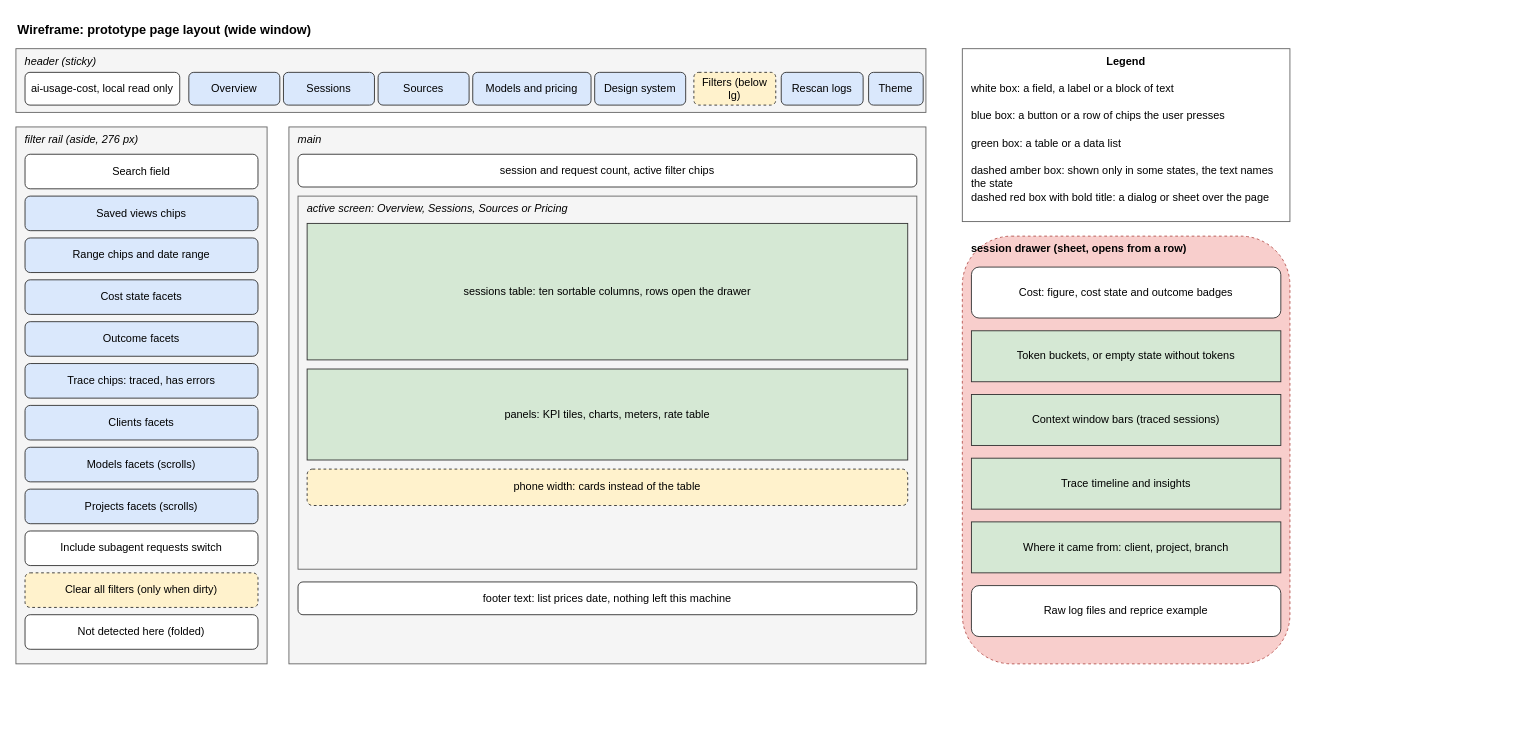
This is docs/brain/architecture/drawio/drawio-prototype-page-layout.drawio from GeorgiNaydenov/LocalTokenomics, a draw.io file, before an edit. Source tidied: cells renumbered, new cells numbered last; positions are measured from the earlier drawing's top-left corner, leaving out a move shared by most shapes. Both pictures are drawn from the tidied source at 91%, with x=0, y=0 at pixel (15, 15).
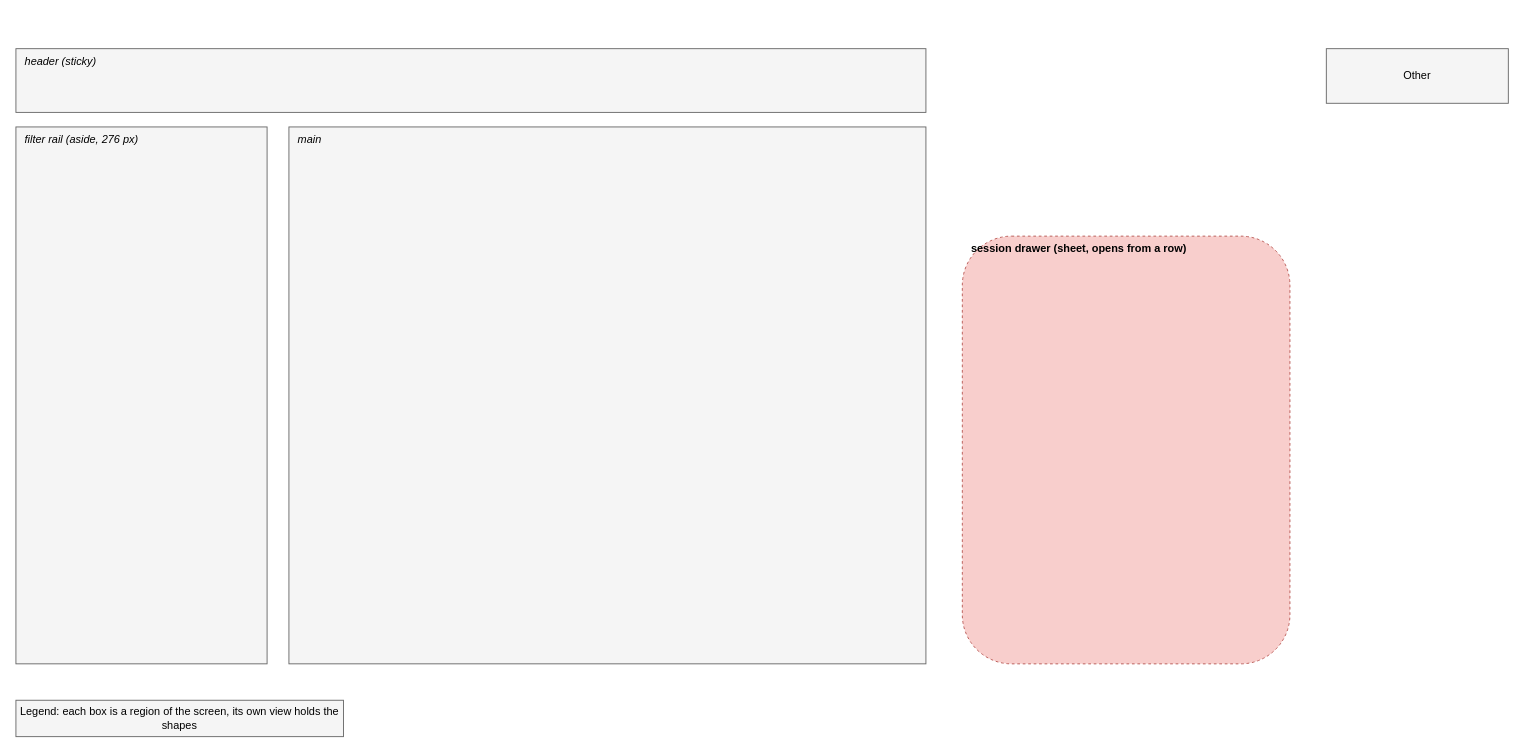
After the change.

The change refers to these unchanged cells:
```xml
<mxCell id="3" value="header (sticky)" style="rounded=0;whiteSpace=wrap;html=0;fillColor=#f5f5f5;strokeColor=#666666;verticalAlign=top;align=left;spacingLeft=8;fontStyle=2;" parent="1" vertex="1">
  <mxGeometry y="36" width="1000" height="70" as="geometry" />
</mxCell>
<mxCell id="13" value="filter rail (aside, 276 px)" style="rounded=0;whiteSpace=wrap;html=0;fillColor=#f5f5f5;strokeColor=#666666;verticalAlign=top;align=left;spacingLeft=8;fontStyle=2;" parent="1" vertex="1">
  <mxGeometry y="122" width="276" height="590" as="geometry" />
</mxCell>
<mxCell id="26" value="main" style="rounded=0;whiteSpace=wrap;html=0;fillColor=#f5f5f5;strokeColor=#666666;verticalAlign=top;align=left;spacingLeft=8;fontStyle=2;" parent="1" vertex="1">
  <mxGeometry x="300" y="122" width="700" height="590" as="geometry" />
</mxCell>
<mxCell id="33" value="session drawer (sheet, opens from a row)" style="rounded=1;whiteSpace=wrap;html=0;fillColor=#f8cecc;strokeColor=#b85450;dashed=1;verticalAlign=top;align=left;spacingLeft=8;fontStyle=1;" parent="1" vertex="1">
  <mxGeometry x="1040" y="242" width="360" height="470" as="geometry" />
</mxCell>
```

The edit, as a diff of the source:
```diff
@@
-    <mxCell id="2" value="Wireframe: prototype page layout (wide window)" style="text;html=0;fontStyle=1;fontSize=14;align=left;" parent="1" vertex="1">
-      <mxGeometry width="600" height="24" as="geometry" />
-    </mxCell>
@@
-    <mxCell id="4" value="ai-usage-cost, local read only" style="rounded=1;whiteSpace=wrap;html=0;fillColor=#ffffff;strokeColor=#333333;" parent="3" vertex="1">
-      <mxGeometry x="10" y="26" width="170" height="36" as="geometry" />
-    </mxCell>
-    <mxCell id="5" value="Overview" style="rounded=1;whiteSpace=wrap;html=0;fillColor=#dae8fc;strokeColor=#333333;" parent="3" vertex="1">
-      <mxGeometry x="190" y="26" width="100" height="36" as="geometry" />
-    </mxCell>
-    <mxCell id="6" value="Sessions" style="rounded=1;whiteSpace=wrap;html=0;fillColor=#dae8fc;strokeColor=#333333;" parent="3" vertex="1">
-      <mxGeometry x="294" y="26" width="100" height="36" as="geometry" />
-    </mxCell>
-    <mxCell id="7" value="Sources" style="rounded=1;whiteSpace=wrap;html=0;fillColor=#dae8fc;strokeColor=#333333;" parent="3" vertex="1">
-      <mxGeometry x="398" y="26" width="100" height="36" as="geometry" />
-    </mxCell>
-    <mxCell id="8" value="Models and pricing" style="rounded=1;whiteSpace=wrap;html=0;fillColor=#dae8fc;strokeColor=#333333;" parent="3" vertex="1">
-      <mxGeometry x="502" y="26" width="130" height="36" as="geometry" />
-    </mxCell>
-    <mxCell id="9" value="Design system" style="rounded=1;whiteSpace=wrap;html=0;fillColor=#dae8fc;strokeColor=#333333;" parent="3" vertex="1">
-      <mxGeometry x="636" y="26" width="100" height="36" as="geometry" />
-    </mxCell>
-    <mxCell id="10" value="Filters (below lg)" style="rounded=1;whiteSpace=wrap;html=0;fillColor=#fff2cc;strokeColor=#333333;dashed=1;" parent="3" vertex="1">
-      <mxGeometry x="745" y="26" width="90" height="36" as="geometry" />
-    </mxCell>
-    <mxCell id="11" value="Rescan logs" style="rounded=1;whiteSpace=wrap;html=0;fillColor=#dae8fc;strokeColor=#333333;" parent="3" vertex="1">
-      <mxGeometry x="841" y="26" width="90" height="36" as="geometry" />
-    </mxCell>
-    <mxCell id="12" value="Theme" style="rounded=1;whiteSpace=wrap;html=0;fillColor=#dae8fc;strokeColor=#333333;" parent="3" vertex="1">
-      <mxGeometry x="937" y="26" width="60" height="36" as="geometry" />
-    </mxCell>
@@
-    <mxCell id="14" value="Search field" style="rounded=1;whiteSpace=wrap;html=0;fillColor=#ffffff;strokeColor=#333333;" parent="13" vertex="1">
-      <mxGeometry x="10" y="30" width="256" height="38" as="geometry" />
-    </mxCell>
-    <mxCell id="15" value="Saved views chips" style="rounded=1;whiteSpace=wrap;html=0;fillColor=#dae8fc;strokeColor=#333333;" parent="13" vertex="1">
-      <mxGeometry x="10" y="76" width="256" height="38" as="geometry" />
-    </mxCell>
-    <mxCell id="16" value="Range chips and date range" style="rounded=1;whiteSpace=wrap;html=0;fillColor=#dae8fc;strokeColor=#333333;" parent="13" vertex="1">
-      <mxGeometry x="10" y="122" width="256" height="38" as="geometry" />
-    </mxCell>
-    <mxCell id="17" value="Cost state facets" style="rounded=1;whiteSpace=wrap;html=0;fillColor=#dae8fc;strokeColor=#333333;" parent="13" vertex="1">
-      <mxGeometry x="10" y="168" width="256" height="38" as="geometry" />
-    </mxCell>
-    <mxCell id="18" value="Outcome facets" style="rounded=1;whiteSpace=wrap;html=0;fillColor=#dae8fc;strokeColor=#333333;" parent="13" vertex="1">
-      <mxGeometry x="10" y="214" width="256" height="38" as="geometry" />
-    </mxCell>
-    <mxCell id="19" value="Trace chips: traced, has errors" style="rounded=1;whiteSpace=wrap;html=0;fillColor=#dae8fc;strokeColor=#333333;" parent="13" vertex="1">
-      <mxGeometry x="10" y="260" width="256" height="38" as="geometry" />
-    </mxCell>
-    <mxCell id="20" value="Clients facets" style="rounded=1;whiteSpace=wrap;html=0;fillColor=#dae8fc;strokeColor=#333333;" parent="13" vertex="1">
-      <mxGeometry x="10" y="306" width="256" height="38" as="geometry" />
-    </mxCell>
-    <mxCell id="21" value="Models facets (scrolls)" style="rounded=1;whiteSpace=wrap;html=0;fillColor=#dae8fc;strokeColor=#333333;" parent="13" vertex="1">
-      <mxGeometry x="10" y="352" width="256" height="38" as="geometry" />
-    </mxCell>
-    <mxCell id="22" value="Projects facets (scrolls)" style="rounded=1;whiteSpace=wrap;html=0;fillColor=#dae8fc;strokeColor=#333333;" parent="13" vertex="1">
-      <mxGeometry x="10" y="398" width="256" height="38" as="geometry" />
-    </mxCell>
-    <mxCell id="23" value="Include subagent requests switch" style="rounded=1;whiteSpace=wrap;html=0;fillColor=#ffffff;strokeColor=#333333;" parent="13" vertex="1">
-      <mxGeometry x="10" y="444" width="256" height="38" as="geometry" />
-    </mxCell>
-    <mxCell id="24" value="Clear all filters (only when dirty)" style="rounded=1;whiteSpace=wrap;html=0;fillColor=#fff2cc;strokeColor=#333333;dashed=1;" parent="13" vertex="1">
-      <mxGeometry x="10" y="490" width="256" height="38" as="geometry" />
-    </mxCell>
-    <mxCell id="25" value="Not detected here (folded)" style="rounded=1;whiteSpace=wrap;html=0;fillColor=#ffffff;strokeColor=#333333;" parent="13" vertex="1">
-      <mxGeometry x="10" y="536" width="256" height="38" as="geometry" />
-    </mxCell>
@@
-    <mxCell id="27" value="session and request count, active filter chips" style="rounded=1;whiteSpace=wrap;html=0;fillColor=#ffffff;strokeColor=#333333;" parent="26" vertex="1">
-      <mxGeometry x="10" y="30" width="680" height="36" as="geometry" />
-    </mxCell>
-    <mxCell id="28" value="active screen: Overview, Sessions, Sources or Pricing" style="rounded=0;whiteSpace=wrap;html=0;fillColor=#f5f5f5;strokeColor=#666666;verticalAlign=top;align=left;spacingLeft=8;fontStyle=2;" parent="26" vertex="1">
-      <mxGeometry x="10" y="76" width="680" height="410" as="geometry" />
-    </mxCell>
-    <mxCell id="29" value="sessions table: ten sortable columns, rows open the drawer" style="rounded=0;whiteSpace=wrap;html=0;fillColor=#d5e8d4;strokeColor=#333333;" parent="28" vertex="1">
-      <mxGeometry x="10" y="30" width="660" height="150" as="geometry" />
-    </mxCell>
-    <mxCell id="30" value="panels: KPI tiles, charts, meters, rate table" style="rounded=0;whiteSpace=wrap;html=0;fillColor=#d5e8d4;strokeColor=#333333;" parent="28" vertex="1">
-      <mxGeometry x="10" y="190" width="660" height="100" as="geometry" />
-    </mxCell>
-    <mxCell id="31" value="phone width: cards instead of the table" style="rounded=1;whiteSpace=wrap;html=0;fillColor=#fff2cc;strokeColor=#333333;dashed=1;" parent="28" vertex="1">
-      <mxGeometry x="10" y="300" width="660" height="40" as="geometry" />
-    </mxCell>
-    <mxCell id="32" value="footer text: list prices date, nothing left this machine" style="rounded=1;whiteSpace=wrap;html=0;fillColor=#ffffff;strokeColor=#333333;" parent="26" vertex="1">
-      <mxGeometry x="10" y="500" width="680" height="36" as="geometry" />
-    </mxCell>
@@
-    <mxCell id="34" value="Cost: figure, cost state and outcome badges" style="rounded=1;whiteSpace=wrap;html=0;fillColor=#ffffff;strokeColor=#333333;" parent="33" vertex="1">
-      <mxGeometry x="10" y="34" width="340" height="56" as="geometry" />
-    </mxCell>
-    <mxCell id="35" value="Token buckets, or empty state without tokens" style="rounded=0;whiteSpace=wrap;html=0;fillColor=#d5e8d4;strokeColor=#333333;" parent="33" vertex="1">
-      <mxGeometry x="10" y="104" width="340" height="56" as="geometry" />
-    </mxCell>
-    <mxCell id="36" value="Context window bars (traced sessions)" style="rounded=0;whiteSpace=wrap;html=0;fillColor=#d5e8d4;strokeColor=#333333;" parent="33" vertex="1">
-      <mxGeometry x="10" y="174" width="340" height="56" as="geometry" />
-    </mxCell>
-    <mxCell id="37" value="Trace timeline and insights" style="rounded=0;whiteSpace=wrap;html=0;fillColor=#d5e8d4;strokeColor=#333333;" parent="33" vertex="1">
-      <mxGeometry x="10" y="244" width="340" height="56" as="geometry" />
-    </mxCell>
-    <mxCell id="38" value="Where it came from: client, project, branch" style="rounded=0;whiteSpace=wrap;html=0;fillColor=#d5e8d4;strokeColor=#333333;" parent="33" vertex="1">
-      <mxGeometry x="10" y="314" width="340" height="56" as="geometry" />
-    </mxCell>
-    <mxCell id="39" value="Raw log files and reprice example" style="rounded=1;whiteSpace=wrap;html=0;fillColor=#ffffff;strokeColor=#333333;" parent="33" vertex="1">
-      <mxGeometry x="10" y="384" width="340" height="56" as="geometry" />
-    </mxCell>
-    <mxCell id="40" value="Legend" style="rounded=0;whiteSpace=wrap;html=0;fillColor=#ffffff;strokeColor=#666666;verticalAlign=top;fontStyle=1;" parent="1" vertex="1">
-      <mxGeometry x="1040" y="36" width="360" height="190" as="geometry" />
-    </mxCell>
-    <mxCell id="41" value="white box: a field, a label or a block of text" style="text;html=0;align=left;whiteSpace=wrap;" parent="40" vertex="1">
-      <mxGeometry x="8" y="30" width="340" height="26" as="geometry" />
-    </mxCell>
-    <mxCell id="42" value="blue box: a button or a row of chips the user presses" style="text;html=0;align=left;whiteSpace=wrap;" parent="40" vertex="1">
-      <mxGeometry x="8" y="60" width="340" height="26" as="geometry" />
-    </mxCell>
-    <mxCell id="43" value="green box: a table or a data list" style="text;html=0;align=left;whiteSpace=wrap;" parent="40" vertex="1">
-      <mxGeometry x="8" y="90" width="340" height="26" as="geometry" />
-    </mxCell>
-    <mxCell id="44" value="dashed amber box: shown only in some states, the text names the state" style="text;html=0;align=left;whiteSpace=wrap;" parent="40" vertex="1">
-      <mxGeometry x="8" y="120" width="340" height="26" as="geometry" />
-    </mxCell>
-    <mxCell id="45" value="dashed red box with bold title: a dialog or sheet over the page" style="text;html=0;align=left;whiteSpace=wrap;" parent="40" vertex="1">
-      <mxGeometry x="8" y="150" width="340" height="26" as="geometry" />
-    </mxCell>
+    <mxCell id="46" value="Other" style="rounded=0;whiteSpace=wrap;html=1;fillColor=#F5F5F5;strokeColor=#666666;fontColor=#000000;" parent="1" vertex="1">
+      <mxGeometry x="1440" y="36" width="200" height="60" as="geometry" />
+    </mxCell>
+    <mxCell id="47" value="Legend: each box is a region of the screen, its own view holds the shapes" style="rounded=0;whiteSpace=wrap;html=1;fillColor=#F5F5F5;strokeColor=#666666;fontColor=#000000;" parent="1" vertex="1">
+      <mxGeometry y="752" width="360" height="40" as="geometry" />
+    </mxCell>
```
